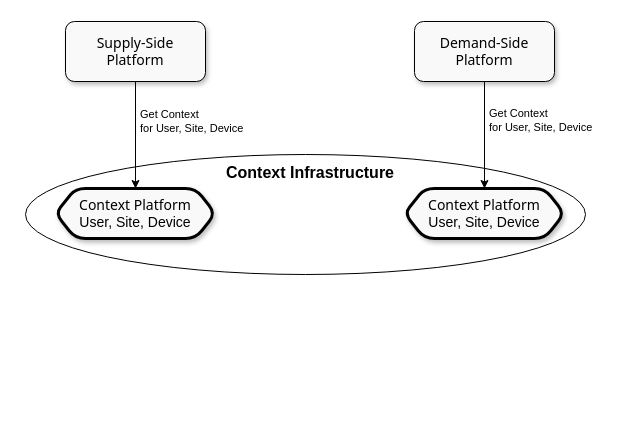
adshares/adshares-docs keeps this draw.io diagram as page "Context" (4 of 5) of protocol/infrastructure/index.drawio. Above is the earlier version. Source tidied: cells renumbered, new cells numbered last; positions are measured from the earlier drawing's top-left corner, leaving out a move shared by most shapes. Both pictures are drawn from the tidied source at 100%, with x=0, y=0 at pixel (25, 21).
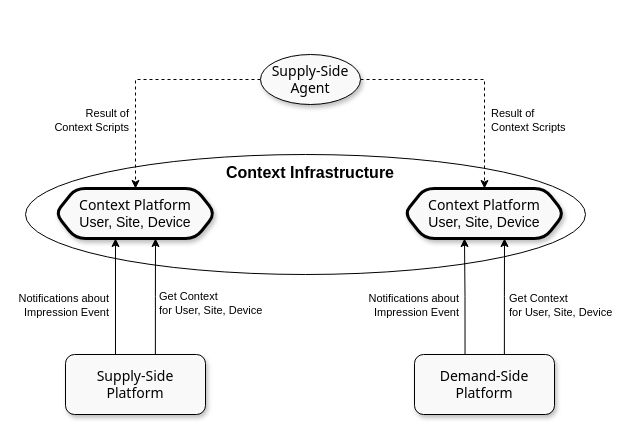
Above is the later version.

The change refers to these unchanged cells:
```xml
<mxCell id="9" value="&lt;font style=&quot;font-size: 14px;&quot;&gt;&lt;font style=&quot;&quot;&gt;&lt;span style=&quot;font-family: &amp;quot;HCo Gotham&amp;quot;, system-ui, -apple-system, &amp;quot;Segoe UI&amp;quot;, Roboto, &amp;quot;Helvetica Neue&amp;quot;, Arial, &amp;quot;Noto Sans&amp;quot;, &amp;quot;Liberation Sans&amp;quot;, sans-serif, &amp;quot;Apple Color Emoji&amp;quot;, &amp;quot;Segoe UI Emoji&amp;quot;, &amp;quot;Segoe UI Symbol&amp;quot;, &amp;quot;Noto Color Emoji&amp;quot;; text-align: start;&quot;&gt;Context Platform&lt;br&gt;&lt;/span&gt;&lt;/font&gt;User, Site, Device&lt;/font&gt;" style="shape=hexagon;perimeter=hexagonPerimeter2;whiteSpace=wrap;html=1;fixedSize=1;fontColor=#000000;strokeColor=#000000;shadow=1;fillColor=#F9F9F9;rounded=1;strokeWidth=3;" parent="1" vertex="1">
  <mxGeometry x="30" y="167" width="160" height="50" as="geometry" />
</mxCell>
<mxCell id="10" value="&lt;font style=&quot;font-size: 14px;&quot;&gt;&lt;font style=&quot;&quot;&gt;&lt;span style=&quot;font-family: &amp;quot;HCo Gotham&amp;quot;, system-ui, -apple-system, &amp;quot;Segoe UI&amp;quot;, Roboto, &amp;quot;Helvetica Neue&amp;quot;, Arial, &amp;quot;Noto Sans&amp;quot;, &amp;quot;Liberation Sans&amp;quot;, sans-serif, &amp;quot;Apple Color Emoji&amp;quot;, &amp;quot;Segoe UI Emoji&amp;quot;, &amp;quot;Segoe UI Symbol&amp;quot;, &amp;quot;Noto Color Emoji&amp;quot;; text-align: start;&quot;&gt;Context Platform&lt;br&gt;&lt;/span&gt;&lt;/font&gt;User, Site, Device&lt;/font&gt;" style="shape=hexagon;perimeter=hexagonPerimeter2;whiteSpace=wrap;html=1;fixedSize=1;fontColor=#000000;strokeColor=#000000;shadow=1;fillColor=#F9F9F9;rounded=1;strokeWidth=3;" parent="1" vertex="1">
  <mxGeometry x="379" y="167" width="160" height="50" as="geometry" />
</mxCell>
```

Change to the diagram source:
```diff
@@
-    <mxCell id="3" style="edgeStyle=orthogonalEdgeStyle;rounded=0;jettySize=auto;html=1;fontColor=#000000;strokeColor=#000000;shadow=0;" parent="1" edge="1" source="5" target="9">
+    <mxCell id="3" style="edgeStyle=orthogonalEdgeStyle;rounded=0;jettySize=auto;html=1;fontColor=#000000;strokeColor=#000000;shadow=0;entryX=0.625;entryY=1;entryDx=0;entryDy=0;exitX=0.642;exitY=0.025;exitDx=0;exitDy=0;exitPerimeter=0;" parent="1" edge="1" source="5" target="9">
       <mxGeometry relative="1" as="geometry" />
     </mxCell>
     <mxCell id="4" value="Get Context&lt;br&gt;for User, Site, Device" style="edgeLabel;html=1;align=left;verticalAlign=middle;labelBackgroundColor=none;" parent="3" vertex="1">
       <mxGeometry x="-0.23" y="2" relative="1" as="geometry">
-        <mxPoint x="1" y="-2" as="offset" />
+        <mxPoint x="4" y="-8" as="offset" />
       </mxGeometry>
     </mxCell>
+    <mxCell id="12" style="edgeStyle=orthogonalEdgeStyle;rounded=0;jettySize=auto;html=1;entryX=0.375;entryY=1;entryDx=0;entryDy=0;exitX=0.357;exitY=0.014;exitDx=0;exitDy=0;exitPerimeter=0;" parent="1" edge="1" source="5" target="9">
+      <mxGeometry relative="1" as="geometry" />
+    </mxCell>
     <mxCell id="5" value="&lt;span style=&quot;font-family: &amp;quot;HCo Gotham&amp;quot;, system-ui, -apple-system, &amp;quot;Segoe UI&amp;quot;, Roboto, &amp;quot;Helvetica Neue&amp;quot;, Arial, &amp;quot;Noto Sans&amp;quot;, &amp;quot;Liberation Sans&amp;quot;, sans-serif, &amp;quot;Apple Color Emoji&amp;quot;, &amp;quot;Segoe UI Emoji&amp;quot;, &amp;quot;Segoe UI Symbol&amp;quot;, &amp;quot;Noto Color Emoji&amp;quot;; text-align: start;&quot;&gt;&lt;font style=&quot;font-size: 14px;&quot;&gt;Supply-Side &lt;br&gt;Platform&lt;/font&gt;&lt;/span&gt;" style="rounded=1;whiteSpace=wrap;html=1;shadow=1;glass=0;fontColor=#000000;strokeColor=#000000;fillColor=#F9F9F9;" parent="1" vertex="1">
-      <mxGeometry x="40" width="140" height="60" as="geometry" />
+      <mxGeometry x="40" y="333" width="140" height="60" as="geometry" />
     </mxCell>
-    <mxCell id="6" style="edgeStyle=orthogonalEdgeStyle;rounded=0;jettySize=auto;html=1;fontColor=#000000;strokeColor=#000000;shadow=0;" parent="1" edge="1" source="7" target="10">
+    <mxCell id="6" style="edgeStyle=orthogonalEdgeStyle;rounded=0;jettySize=auto;html=1;fontColor=#000000;strokeColor=#000000;shadow=0;entryX=0.625;entryY=1;entryDx=0;entryDy=0;exitX=0.642;exitY=0.014;exitDx=0;exitDy=0;exitPerimeter=0;" parent="1" edge="1" source="7" target="10">
       <mxGeometry relative="1" as="geometry" />
     </mxCell>
+    <mxCell id="13" style="edgeStyle=orthogonalEdgeStyle;rounded=0;jettySize=auto;html=1;entryX=0.375;entryY=1;entryDx=0;entryDy=0;exitX=0.361;exitY=0.025;exitDx=0;exitDy=0;exitPerimeter=0;" parent="1" edge="1" source="7" target="10">
+      <mxGeometry relative="1" as="geometry" />
+    </mxCell>
     <mxCell id="7" value="&lt;span style=&quot;border-color: var(--border-color); font-family: &amp;quot;HCo Gotham&amp;quot;, system-ui, -apple-system, &amp;quot;Segoe UI&amp;quot;, Roboto, &amp;quot;Helvetica Neue&amp;quot;, Arial, &amp;quot;Noto Sans&amp;quot;, &amp;quot;Liberation Sans&amp;quot;, sans-serif, &amp;quot;Apple Color Emoji&amp;quot;, &amp;quot;Segoe UI Emoji&amp;quot;, &amp;quot;Segoe UI Symbol&amp;quot;, &amp;quot;Noto Color Emoji&amp;quot;; text-align: start;&quot;&gt;&lt;font style=&quot;border-color: var(--border-color); font-size: 14px;&quot;&gt;Demand-Side Platform&lt;/font&gt;&lt;/span&gt;" style="rounded=1;whiteSpace=wrap;html=1;fontColor=#000000;strokeColor=#000000;shadow=1;fillColor=#F9F9F9;" parent="1" vertex="1">
-      <mxGeometry x="389" width="140" height="60" as="geometry" />
+      <mxGeometry x="389" y="333" width="140" height="60" as="geometry" />
     </mxCell>
@@
     <mxCell id="11" value="Get Context&lt;br&gt;for User, Site, Device" style="edgeLabel;html=1;align=left;verticalAlign=middle;labelBackgroundColor=none;" parent="1" vertex="1">
-      <mxGeometry x="462" y="98" as="geometry" />
+      <mxGeometry x="482" y="283" as="geometry" />
     </mxCell>
+    <mxCell id="14" value="Notifications about&lt;br&gt;Impression Event" style="edgeLabel;html=1;align=right;verticalAlign=middle;labelBackgroundColor=none;" parent="1" vertex="1">
+      <mxGeometry x="84" y="283" as="geometry" />
+    </mxCell>
+    <mxCell id="15" value="Notifications&amp;nbsp;about&lt;br&gt;Impression Event" style="edgeLabel;html=1;align=right;verticalAlign=middle;labelBackgroundColor=none;" parent="1" vertex="1">
+      <mxGeometry x="434" y="283" as="geometry" />
+    </mxCell>
+    <mxCell id="16" style="edgeStyle=orthogonalEdgeStyle;rounded=0;jettySize=auto;html=1;entryX=0.5;entryY=0;entryDx=0;entryDy=0;exitX=0;exitY=0.5;exitDx=0;exitDy=0;dashed=1;" parent="1" edge="1" source="18" target="9">
+      <mxGeometry relative="1" as="geometry" />
+    </mxCell>
+    <mxCell id="17" style="edgeStyle=orthogonalEdgeStyle;rounded=0;jettySize=auto;html=1;entryX=0.5;entryY=0;entryDx=0;entryDy=0;dashed=1;" parent="1" edge="1" source="18" target="10">
+      <mxGeometry relative="1" as="geometry" />
+    </mxCell>
+    <mxCell id="18" value="&lt;span style=&quot;font-family: &amp;quot;HCo Gotham&amp;quot;, system-ui, -apple-system, &amp;quot;Segoe UI&amp;quot;, Roboto, &amp;quot;Helvetica Neue&amp;quot;, Arial, &amp;quot;Noto Sans&amp;quot;, &amp;quot;Liberation Sans&amp;quot;, sans-serif, &amp;quot;Apple Color Emoji&amp;quot;, &amp;quot;Segoe UI Emoji&amp;quot;, &amp;quot;Segoe UI Symbol&amp;quot;, &amp;quot;Noto Color Emoji&amp;quot;; text-align: start;&quot;&gt;&lt;font style=&quot;font-size: 14px;&quot;&gt;Supply-Side Agent&lt;/font&gt;&lt;/span&gt;" style="ellipse;whiteSpace=wrap;html=1;fontColor=#000000;strokeColor=#000000;shadow=1;fillColor=#F9F9F9;" parent="1" vertex="1">
+      <mxGeometry x="235" y="33" width="100" height="50" as="geometry" />
+    </mxCell>
+    <mxCell id="19" value="Result of&lt;br&gt;Context Scripts" style="edgeLabel;html=1;align=left;verticalAlign=middle;labelBackgroundColor=none;" parent="1" vertex="1">
+      <mxGeometry x="464" y="98" as="geometry" />
+    </mxCell>
+    <mxCell id="20" value="Result of&lt;br&gt;Context Scripts" style="edgeLabel;html=1;align=right;verticalAlign=middle;labelBackgroundColor=none;" parent="1" vertex="1">
+      <mxGeometry x="104" y="98" as="geometry" />
+    </mxCell>
```
